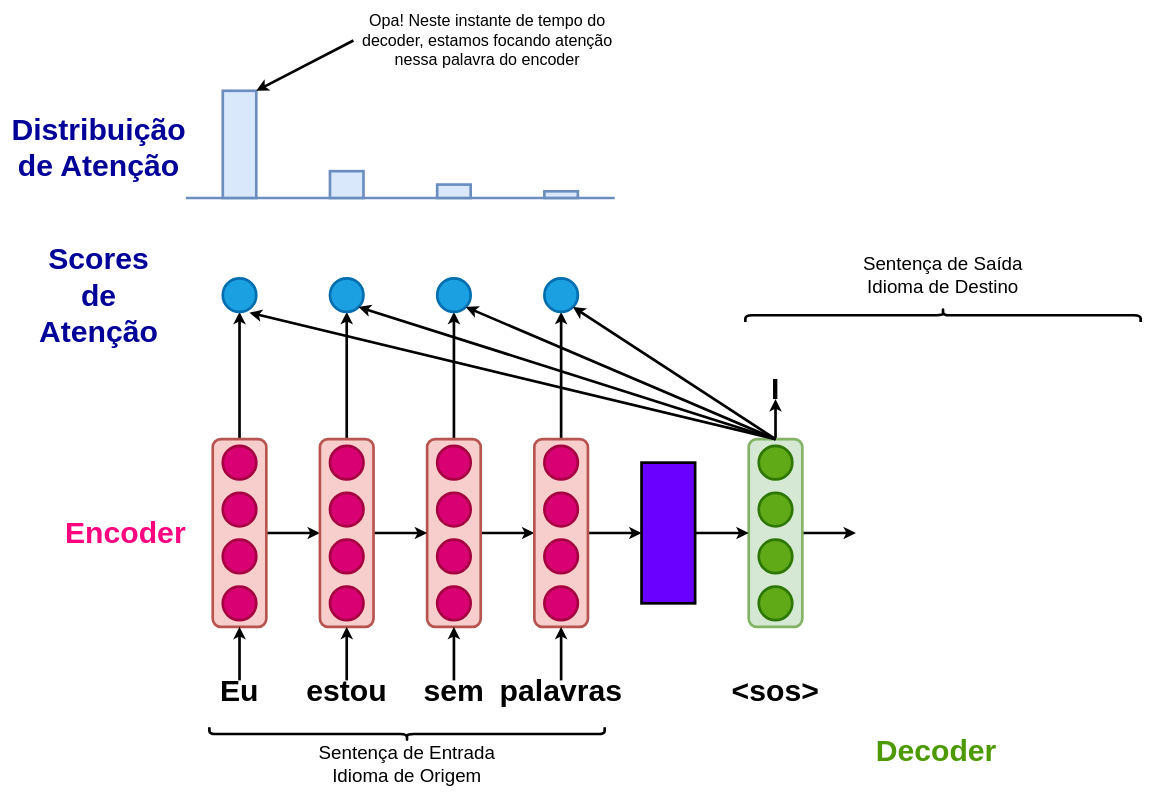
Above: attention_2.drawio in viniciusrpb/drawio_flowcharts (draw.io), before the change. Source tidied: cells renumbered, new cells numbered last; positions are measured from the earlier drawing's top-left corner, leaving out a move shared by most shapes. Both pictures are drawn from the tidied source at 67%, with x=0, y=0 at pixel (72, 30).
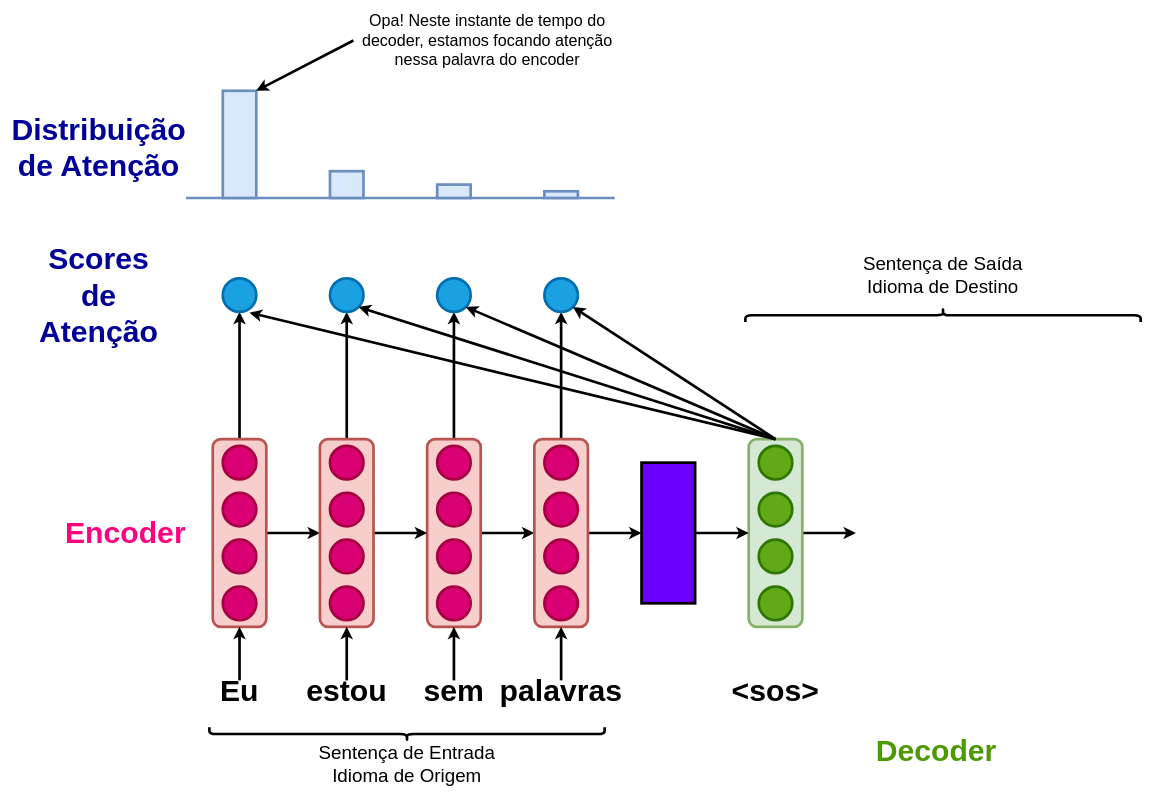
Above is the later version.

Unchanged cells that the change refers to:
```xml
<mxCell id="22" style="rounded=1;whiteSpace=wrap;html=1;fillColor=#d5e8d4;strokeColor=#82b366;strokeWidth=4;" parent="1" vertex="1">
  <mxGeometry x="1010" y="610" width="80" height="280" as="geometry" />
</mxCell>
```

What changed in the source:
```diff
@@
-    <mxCell id="20" style="edgeStyle=orthogonalEdgeStyle;rounded=0;jettySize=auto;html=1;exitX=0.5;exitY=0;exitDx=0;exitDy=0;strokeWidth=4;" parent="1" edge="1" source="22" target="48">
-      <mxGeometry relative="1" as="geometry" />
-    </mxCell>
@@
-    <mxCell id="48" value="I" style="text;html=1;align=center;verticalAlign=middle;whiteSpace=wrap;rounded=0;fontStyle=1;fontSize=45;" parent="1" vertex="1">
-      <mxGeometry x="1020" y="520" width="60" height="30" as="geometry" />
-    </mxCell>
```
